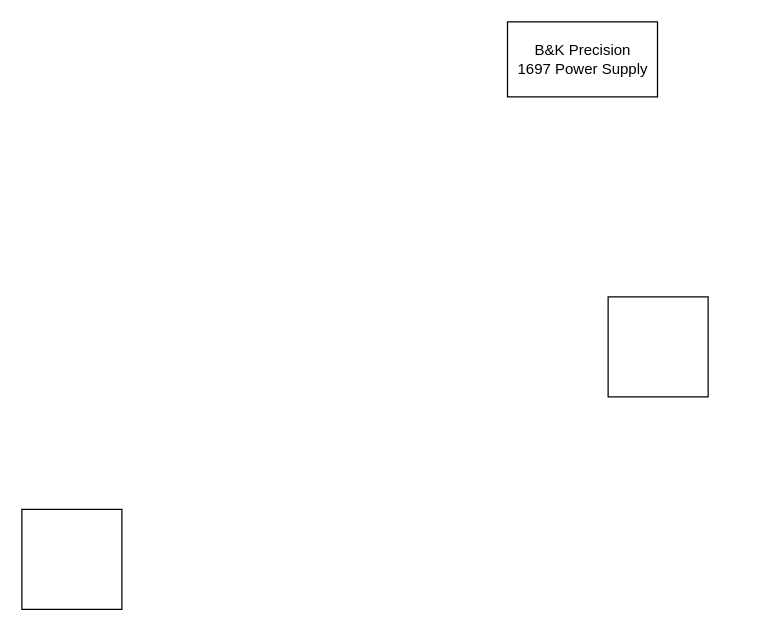
Before: Untitled Diagram.drawio in Casparvik/pylabshw, a draw.io diagram. Source tidied: cells renumbered, new cells numbered last; positions are measured from the earlier drawing's top-left corner, leaving out a move shared by most shapes. Both pictures are drawn from the tidied source at 125%, with x=0, y=0 at pixel (21, 21).
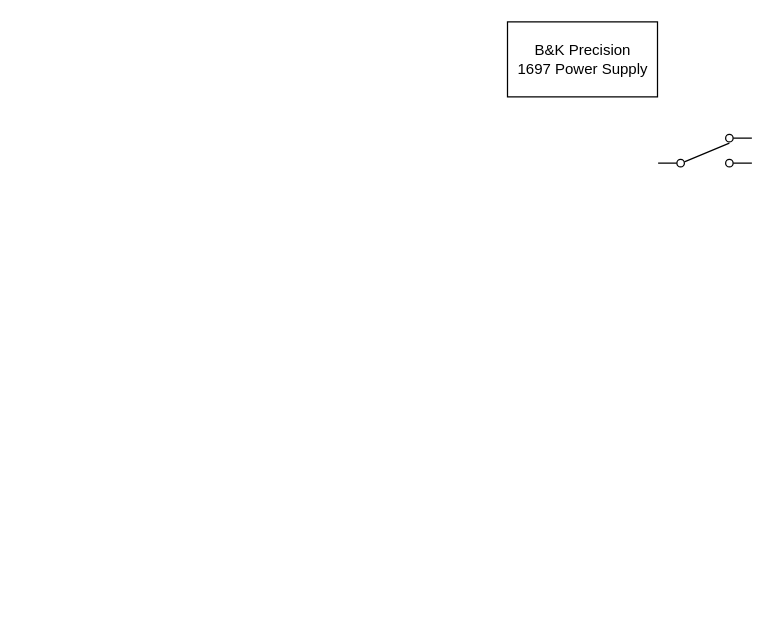
After the change.

Change to the diagram source:
```diff
@@
 <mxGraphModel>
   <root>
     <mxCell id="0" />
     <mxCell id="1" parent="0" />
     <mxCell id="2" value="B&amp;amp;K Precision&lt;br&gt;1697 Power Supply&lt;br&gt;" style="rounded=0;whiteSpace=wrap;html=1;" parent="1" vertex="1">
       <mxGeometry x="388.5" width="120" height="60" as="geometry" />
     </mxCell>
-    <mxCell id="3" style="whiteSpace=wrap;html=1;" parent="1" vertex="1">
-      <mxGeometry y="390" width="80" height="80" as="geometry" />
-    </mxCell>
-    <mxCell id="4" style="whiteSpace=wrap;html=1;" parent="1" vertex="1">
-      <mxGeometry x="469" y="220" width="80" height="80" as="geometry" />
-    </mxCell>
+    <mxCell id="5" style="verticalLabelPosition=bottom;shadow=0;dashed=0;align=center;fillColor=#ffffff;html=1;verticalAlign=top;strokeWidth=1;shape=mxgraph.electrical.electro-mechanical.2-way_switch;" parent="1" vertex="1">
+      <mxGeometry x="509" y="90" width="75" height="26" as="geometry" />
+    </mxCell>
   </root>
 </mxGraphModel>
```
